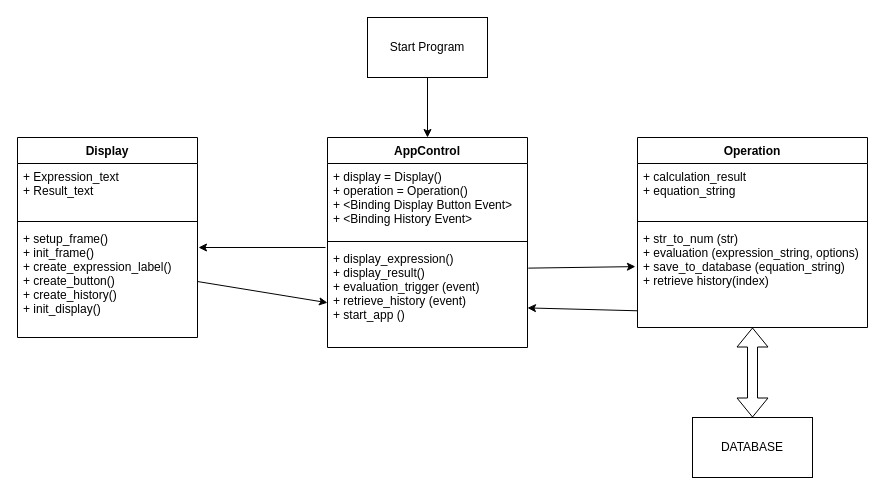
The draw.io diagram Diagram.drawio in HoangNKQ/TkCalculator, before the edit. Source tidied: cells renumbered, new cells numbered last; positions are measured from the earlier drawing's top-left corner, leaving out a move shared by most shapes. Both pictures are drawn from the tidied source at 100%, with x=0, y=0 at pixel (17, 17).
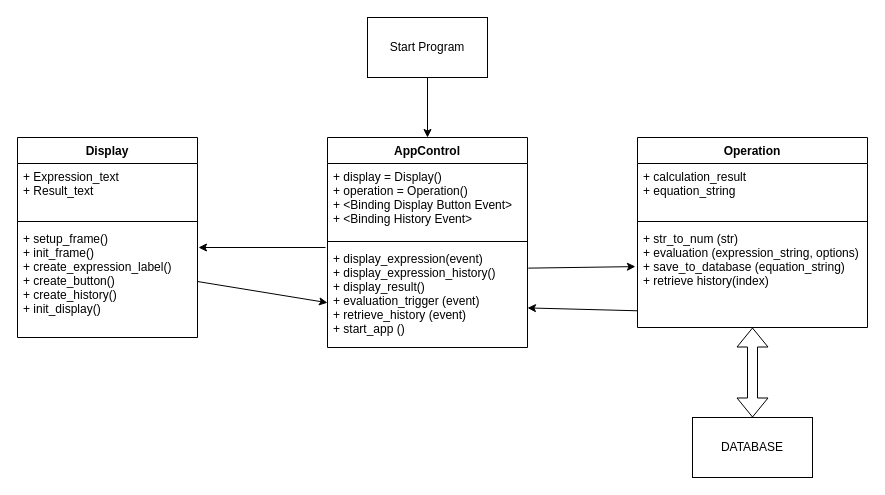
The same diagram, later.

The change refers to these unchanged cells:
```xml
<mxCell id="6" value="AppControl" style="swimlane;fontStyle=1;align=center;verticalAlign=top;horizontal=1;startSize=26;" parent="1" vertex="1">
  <mxGeometry x="310" y="120" width="200" height="210" as="geometry" />
</mxCell>
```

Diff of the diagram source:
```diff
@@
-    <mxCell id="9" value="+ display_expression()&#10;+ display_result() &#10;+ evaluation_trigger (event)&#10;+ retrieve_history (event)&#10;+ start_app ()" style="text;strokeColor=none;fillColor=none;align=left;verticalAlign=top;spacingLeft=4;spacingRight=4;overflow=hidden;points=[[0,0.5],[1,0.5]];portConstraint=eastwest;" parent="6" vertex="1">
+    <mxCell id="9" value="+ display_expression(event)&#10;+ display_expression_history()&#10;+ display_result() &#10;+ evaluation_trigger (event)&#10;+ retrieve_history (event)&#10;+ start_app ()" style="text;strokeColor=none;fillColor=none;align=left;verticalAlign=top;spacingLeft=4;spacingRight=4;overflow=hidden;points=[[0,0.5],[1,0.5]];portConstraint=eastwest;" parent="6" vertex="1">
       <mxGeometry y="108" width="200" height="102" as="geometry" />
     </mxCell>
```
